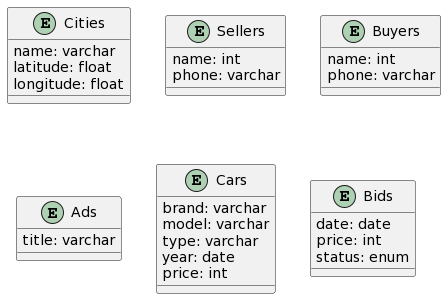
thujuli/car-dealer-db keeps this PlantUML diagram as images/entities-attributes.png. Above is the earlier version.
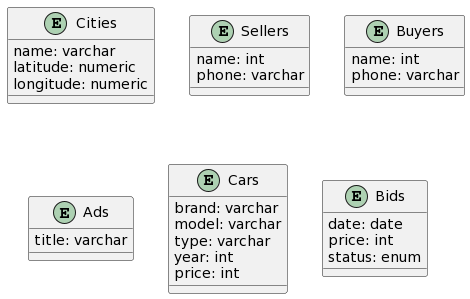
After the change.

The edit, as a diff of the source:
```diff
@@ -1,8 +1,8 @@
 @startuml
 entity Cities{
     name: varchar
-    latitude: float
-    longitude: float
+    latitude: numeric
+    longitude: numeric
 }
 entity Sellers{
     name: int
@@ -19,7 +19,7 @@
     brand: varchar
     model: varchar
     type: varchar
-    year: date
+    year: int
     price: int
 }
 entity Bids{
```
